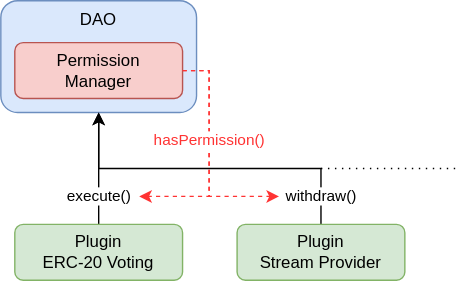
Before: packages/contracts/docs/core/01-how-it-works/01-the-core-contracts/dao-plugin.drawio.svg, a diagram exported from draw.io (aragon/osx). Source tidied: cells renumbered, new cells last; positions are measured from the earlier drawing's top-left corner, leaving out a move shared by most shapes.
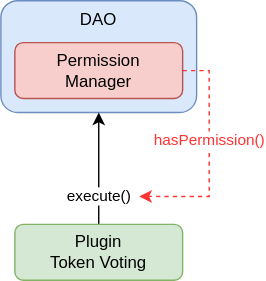
The same file after the commit.

The edit, as a diff of the source:
```diff
@@ -5,36 +5,15 @@
     <mxCell id="2" value="DAO" style="rounded=1;whiteSpace=wrap;html=1;verticalAlign=top;fillColor=#dae8fc;strokeColor=#6c8ebf;" parent="1" vertex="1">
       <mxGeometry width="140" height="80" as="geometry" />
     </mxCell>
-    <mxCell id="3" style="endArrow=none;dashed=1;html=1;strokeWidth=1;rounded=0;dashPattern=1 4;" parent="1" edge="1">
-      <mxGeometry relative="1" as="geometry">
-        <mxPoint x="229" y="120" as="sourcePoint" />
-        <mxPoint x="329" y="120" as="targetPoint" />
-      </mxGeometry>
-    </mxCell>
-    <mxCell id="4" value="&lt;font color=&quot;#ff3333&quot;&gt;hasPermission()&lt;/font&gt;" style="edgeStyle=orthogonalEdgeStyle;rounded=0;jettySize=auto;html=1;exitX=1;exitY=0.5;exitDx=0;exitDy=0;dashed=1;strokeColor=#FF3333;jumpStyle=none;jumpSize=6;" parent="1" edge="1" source="7">
-      <mxGeometry x="-0.13" relative="1" as="geometry">
-        <mxPoint x="199" y="140" as="targetPoint" />
-        <Array as="points">
-          <mxPoint x="149" y="50" />
-          <mxPoint x="149" y="140" />
-        </Array>
-      </mxGeometry>
-    </mxCell>
     <mxCell id="5" value="execute()" style="edgeStyle=orthogonalEdgeStyle;rounded=0;jettySize=auto;html=1;entryX=0.5;entryY=1;entryDx=0;entryDy=0;" parent="1" edge="1" source="6" target="2">
       <mxGeometry x="-0.5" relative="1" as="geometry" />
     </mxCell>
-    <mxCell id="6" value="Plugin&lt;br&gt;ERC-20 Voting" style="rounded=1;whiteSpace=wrap;html=1;fillColor=#d5e8d4;strokeColor=#82b366;" parent="1" vertex="1">
+    <mxCell id="6" value="Plugin&lt;br&gt;Token Voting" style="rounded=1;whiteSpace=wrap;html=1;fillColor=#d5e8d4;strokeColor=#82b366;" parent="1" vertex="1">
       <mxGeometry x="10" y="160" width="120" height="40" as="geometry" />
     </mxCell>
     <mxCell id="7" value="Permission&lt;br&gt;Manager" style="rounded=1;whiteSpace=wrap;html=1;fillColor=#f8cecc;strokeColor=#b85450;" parent="1" vertex="1">
       <mxGeometry x="10" y="30" width="120" height="40" as="geometry" />
     </mxCell>
-    <mxCell id="8" value="withdraw()" style="edgeStyle=orthogonalEdgeStyle;rounded=0;jettySize=auto;html=1;exitX=0.5;exitY=0;exitDx=0;exitDy=0;entryX=0.5;entryY=1;entryDx=0;entryDy=0;" parent="1" edge="1" source="9" target="2">
-      <mxGeometry x="-0.83" relative="1" as="geometry" />
-    </mxCell>
-    <mxCell id="9" value="Plugin&lt;br&gt;Stream Provider" style="rounded=1;whiteSpace=wrap;html=1;fillColor=#d5e8d4;strokeColor=#82b366;" parent="1" vertex="1">
-      <mxGeometry x="169" y="160" width="120" height="40" as="geometry" />
-    </mxCell>
     <mxCell id="10" style="edgeStyle=orthogonalEdgeStyle;rounded=0;jettySize=auto;html=1;exitX=1;exitY=0.5;exitDx=0;exitDy=0;dashed=1;strokeColor=#FF3333;jumpStyle=none;jumpSize=6;" parent="1" edge="1" source="7">
       <mxGeometry x="-0.1" y="30" relative="1" as="geometry">
         <mxPoint x="99" y="140" as="targetPoint" />
```
